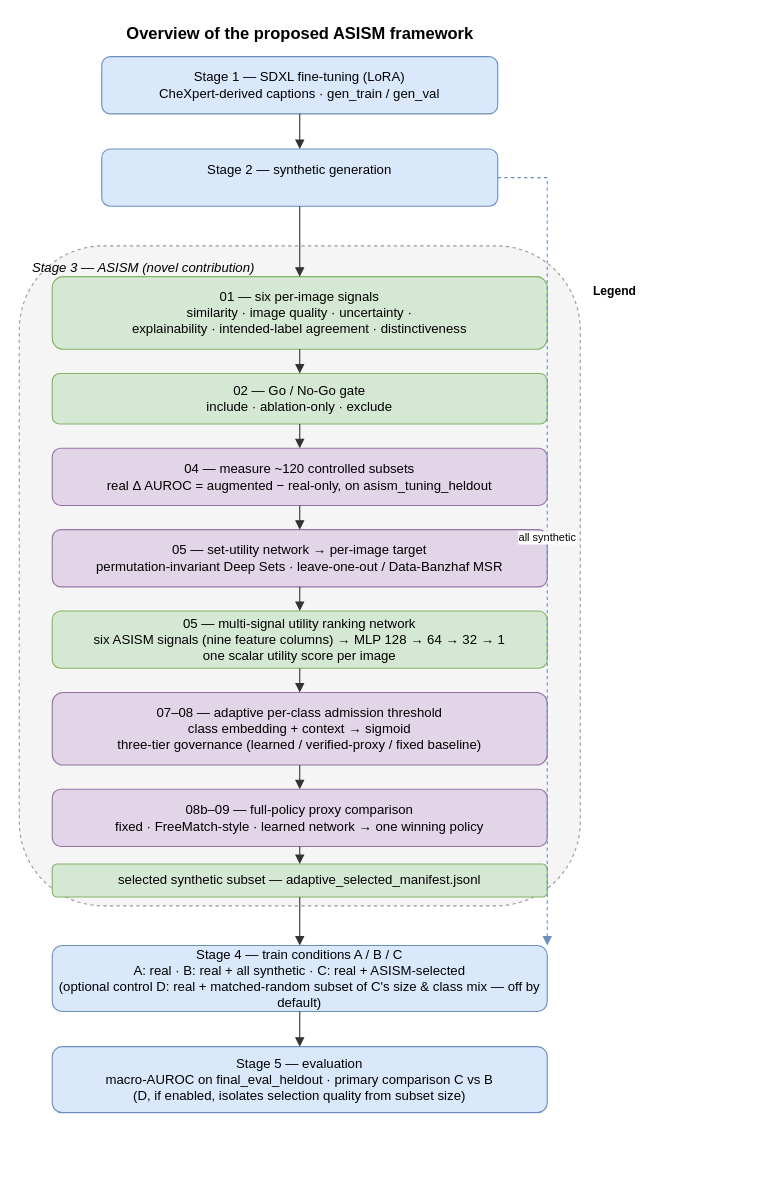
This is docs/asism_framework.drawio from walaasoudy/adaptive-synthetic-image-selection, a draw.io file, before an edit. Source tidied: cells renumbered, new cells numbered last; positions are measured from the earlier drawing's top-left corner, leaving out a move shared by most shapes. Both pictures are drawn from the tidied source at 110%, with x=0, y=0 at pixel (19, 19).
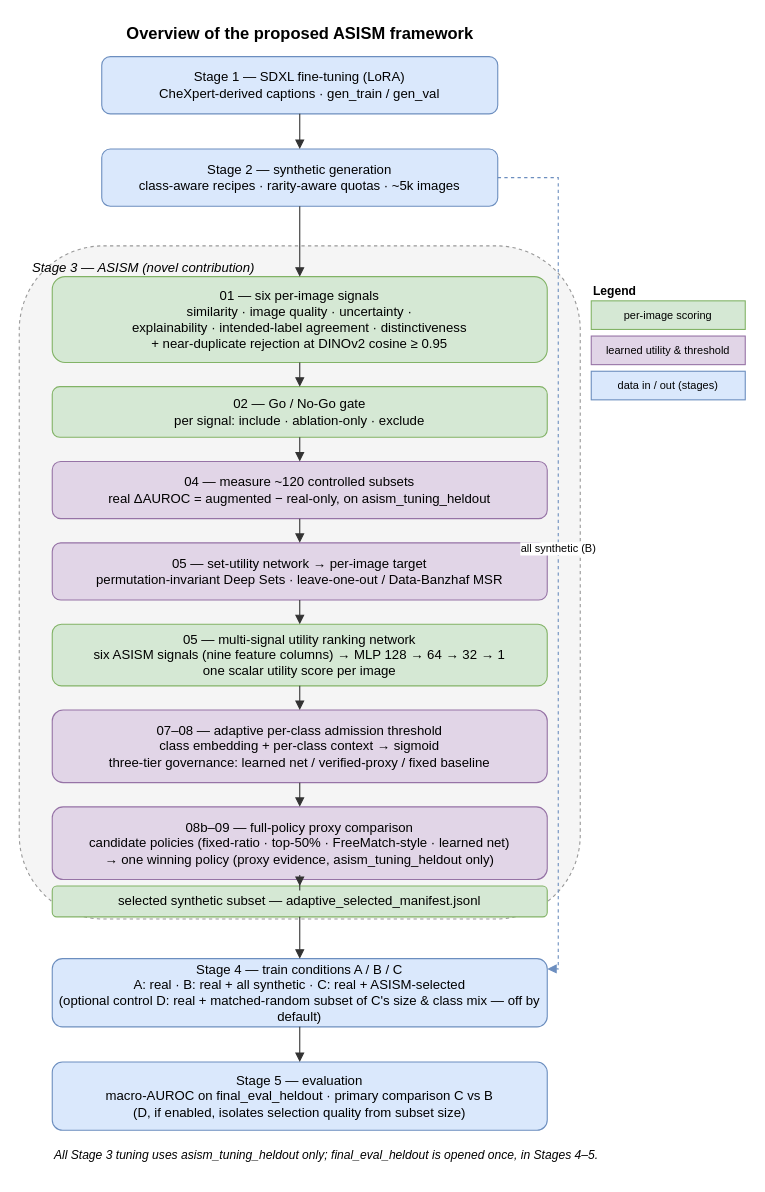
Above is the later version.

Commit message:
Refresh framework figure to match current code (A/B/C, 6 signals / 9 columns, policy list) [AI 100%]

Change to the diagram source:
```diff
@@
-    <mxCell id="4" value="Stage 2 — synthetic generation&lt;div&gt;&lt;br/&gt;&lt;/div&gt;" style="rounded=1;whiteSpace=wrap;html=1;fillColor=#dae8fc;strokeColor=#6c8ebf;fontSize=12;" parent="1" vertex="1">
+    <mxCell id="4" value="Stage 2 — synthetic generation&#10;class-aware recipes · rarity-aware quotas · ~5k images" style="rounded=1;whiteSpace=wrap;html=1;fillColor=#dae8fc;strokeColor=#6c8ebf;fontSize=12;" parent="1" vertex="1">
       <mxGeometry x="75" y="118" width="360" height="52" as="geometry" />
     </mxCell>
     <mxCell id="5" value="Stage 3 — ASISM (novel contribution)" style="rounded=1;whiteSpace=wrap;html=1;fillColor=#f5f5f5;strokeColor=#999999;dashed=1;verticalAlign=top;fontSize=12;fontStyle=2;align=left;spacingLeft=10;spacingTop=6;" parent="1" vertex="1">
-      <mxGeometry y="206" width="510" height="600" as="geometry" />
+      <mxGeometry y="206" width="510" height="612" as="geometry" />
     </mxCell>
-    <mxCell id="6" value="01 — six per-image signals&#10;similarity · image quality · uncertainty ·&#10;explainability · intended-label agreement · distinctiveness" style="rounded=1;whiteSpace=wrap;html=1;fillColor=#d5e8d4;strokeColor=#82b366;fontSize=12;" parent="1" vertex="1">
-      <mxGeometry x="30" y="234" width="450" height="66" as="geometry" />
+    <mxCell id="6" value="01 — six per-image signals&#10;similarity · image quality · uncertainty ·&#10;explainability · intended-label agreement · distinctiveness&#10;+ near-duplicate rejection at DINOv2 cosine ≥ 0.95" style="rounded=1;whiteSpace=wrap;html=1;fillColor=#d5e8d4;strokeColor=#82b366;fontSize=12;" parent="1" vertex="1">
+      <mxGeometry x="30" y="234" width="450" height="78" as="geometry" />
     </mxCell>
-    <mxCell id="7" value="02 — Go / No-Go gate&#10;include · ablation-only · exclude" style="rounded=1;whiteSpace=wrap;html=1;fillColor=#d5e8d4;strokeColor=#82b366;fontSize=12;" parent="1" vertex="1">
-      <mxGeometry x="30" y="322" width="450" height="46" as="geometry" />
+    <mxCell id="7" value="02 — Go / No-Go gate&#10;per signal: include · ablation-only · exclude" style="rounded=1;whiteSpace=wrap;html=1;fillColor=#d5e8d4;strokeColor=#82b366;fontSize=12;" parent="1" vertex="1">
+      <mxGeometry x="30" y="334" width="450" height="46" as="geometry" />
     </mxCell>
-    <mxCell id="8" value="04 — measure ~120 controlled subsets&lt;br&gt;real Δ AUROC = augmented − real-only, on asism_tuning_heldout" style="rounded=1;whiteSpace=wrap;html=1;fillColor=#e1d5e7;strokeColor=#9673a6;fontSize=12;" parent="1" vertex="1">
-      <mxGeometry x="30" y="390" width="450" height="52" as="geometry" />
+    <mxCell id="8" value="04 — measure ~120 controlled subsets&#10;real ΔAUROC = augmented − real-only, on asism_tuning_heldout" style="rounded=1;whiteSpace=wrap;html=1;fillColor=#e1d5e7;strokeColor=#9673a6;fontSize=12;" parent="1" vertex="1">
+      <mxGeometry x="30" y="402" width="450" height="52" as="geometry" />
     </mxCell>
     <mxCell id="9" value="05 — set-utility network → per-image target&#10;permutation-invariant Deep Sets · leave-one-out / Data-Banzhaf MSR" style="rounded=1;whiteSpace=wrap;html=1;fillColor=#e1d5e7;strokeColor=#9673a6;fontSize=12;" parent="1" vertex="1">
-      <mxGeometry x="30" y="464" width="450" height="52" as="geometry" />
+      <mxGeometry x="30" y="476" width="450" height="52" as="geometry" />
     </mxCell>
     <mxCell id="10" value="05 — multi-signal utility ranking network&#10;six ASISM signals (nine feature columns) → MLP 128 → 64 → 32 → 1&#10;one scalar utility score per image" style="rounded=1;whiteSpace=wrap;html=1;fillColor=#d5e8d4;strokeColor=#82b366;fontSize=12;" parent="1" vertex="1">
-      <mxGeometry x="30" y="538" width="450" height="52" as="geometry" />
+      <mxGeometry x="30" y="550" width="450" height="56" as="geometry" />
     </mxCell>
-    <mxCell id="11" value="07–08 — adaptive per-class admission threshold&#10;class embedding + context → sigmoid&#10;three-tier governance (learned / verified-proxy / fixed baseline)" style="rounded=1;whiteSpace=wrap;html=1;fillColor=#e1d5e7;strokeColor=#9673a6;fontSize=12;" parent="1" vertex="1">
-      <mxGeometry x="30" y="612" width="450" height="66" as="geometry" />
+    <mxCell id="11" value="07–08 — adaptive per-class admission threshold&#10;class embedding + per-class context → sigmoid&#10;three-tier governance: learned net / verified-proxy / fixed baseline" style="rounded=1;whiteSpace=wrap;html=1;fillColor=#e1d5e7;strokeColor=#9673a6;fontSize=12;" parent="1" vertex="1">
+      <mxGeometry x="30" y="628" width="450" height="66" as="geometry" />
     </mxCell>
-    <mxCell id="12" value="08b–09 — full-policy proxy comparison&#10;fixed · FreeMatch-style · learned network → one winning policy" style="rounded=1;whiteSpace=wrap;html=1;fillColor=#e1d5e7;strokeColor=#9673a6;fontSize=12;" parent="1" vertex="1">
-      <mxGeometry x="30" y="700" width="450" height="52" as="geometry" />
+    <mxCell id="12" value="08b–09 — full-policy proxy comparison&#10;candidate policies (fixed-ratio · top-50% · FreeMatch-style · learned net)&#10;→ one winning policy (proxy evidence, asism_tuning_heldout only)" style="rounded=1;whiteSpace=wrap;html=1;fillColor=#e1d5e7;strokeColor=#9673a6;fontSize=12;" parent="1" vertex="1">
+      <mxGeometry x="30" y="716" width="450" height="66" as="geometry" />
     </mxCell>
     <mxCell id="13" value="selected synthetic subset — adaptive_selected_manifest.jsonl" style="rounded=1;whiteSpace=wrap;html=1;fillColor=#d5e8d4;strokeColor=#82b366;fontSize=12;" parent="1" vertex="1">
-      <mxGeometry x="30" y="768" width="450" height="30" as="geometry" />
+      <mxGeometry x="30" y="788" width="450" height="28" as="geometry" />
     </mxCell>
-    <mxCell id="14" value="Stage 4 — train conditions A / B / C&#10;A: real · B: real + all synthetic · C: real + ASISM-selected&#10;(optional control D: real + matched-random subset of C's size &amp; class mix — off by default)" style="rounded=1;whiteSpace=wrap;html=1;fillColor=#dae8fc;strokeColor=#6c8ebf;fontSize=12;" parent="1" vertex="1">
-      <mxGeometry x="30" y="842" width="450" height="60" as="geometry" />
+    <mxCell id="14" value="Stage 4 — train conditions A / B / C&#10;A: real   ·   B: real + all synthetic   ·   C: real + ASISM-selected&#10;(optional control D: real + matched-random subset of C's size &amp; class mix — off by default)" style="rounded=1;whiteSpace=wrap;html=1;fillColor=#dae8fc;strokeColor=#6c8ebf;fontSize=12;" parent="1" vertex="1">
+      <mxGeometry x="30" y="854" width="450" height="62" as="geometry" />
     </mxCell>
     <mxCell id="15" value="Stage 5 — evaluation&#10;macro-AUROC on final_eval_heldout · primary comparison C vs B&#10;(D, if enabled, isolates selection quality from subset size)" style="rounded=1;whiteSpace=wrap;html=1;fillColor=#dae8fc;strokeColor=#6c8ebf;fontSize=12;" parent="1" vertex="1">
-      <mxGeometry x="30" y="934" width="450" height="60" as="geometry" />
+      <mxGeometry x="30" y="948" width="450" height="62" as="geometry" />
     </mxCell>
+    <mxCell id="29" value="All Stage 3 tuning uses asism_tuning_heldout only; final_eval_heldout is opened once, in Stages 4–5." style="text;html=1;align=left;verticalAlign=top;fontSize=11;fontStyle=2;" parent="1" vertex="1">
+      <mxGeometry x="30" y="1020" width="450" height="30" as="geometry" />
+    </mxCell>
     <mxCell id="16" value="Legend" style="text;html=1;align=left;fontSize=11;fontStyle=1;" parent="1" vertex="1">
-      <mxGeometry x="520" y="234" width="120" height="18" as="geometry" />
+      <mxGeometry x="520" y="234" width="130" height="18" as="geometry" />
     </mxCell>
+    <mxCell id="30" value="per-image scoring" style="rounded=0;whiteSpace=wrap;html=1;fillColor=#d5e8d4;strokeColor=#82b366;fontSize=10;" parent="1" vertex="1">
+      <mxGeometry x="520" y="256" width="140" height="26" as="geometry" />
+    </mxCell>
+    <mxCell id="31" value="learned utility &amp; threshold" style="rounded=0;whiteSpace=wrap;html=1;fillColor=#e1d5e7;strokeColor=#9673a6;fontSize=10;" parent="1" vertex="1">
+      <mxGeometry x="520" y="288" width="140" height="26" as="geometry" />
+    </mxCell>
+    <mxCell id="32" value="data in / out (stages)" style="rounded=0;whiteSpace=wrap;html=1;fillColor=#dae8fc;strokeColor=#6c8ebf;fontSize=10;" parent="1" vertex="1">
+      <mxGeometry x="520" y="320" width="140" height="26" as="geometry" />
+    </mxCell>
@@
-    <mxCell id="28" value="all synthetic" style="edgeStyle=orthogonalEdgeStyle;rounded=0;html=1;endArrow=block;endFill=1;dashed=1;strokeColor=#6c8ebf;fontSize=10;exitX=1;exitY=0.5;entryX=1;entryY=0;" parent="1" edge="1" source="4" target="14">
+    <mxCell id="28" value="all synthetic (B)" style="edgeStyle=orthogonalEdgeStyle;rounded=0;html=1;endArrow=block;endFill=1;dashed=1;strokeColor=#6c8ebf;fontSize=10;exitX=1;exitY=0.5;entryX=1;entryY=0.15;" parent="1" edge="1" source="4" target="14">
       <mxGeometry relative="1" as="geometry" />
     </mxCell>
```
